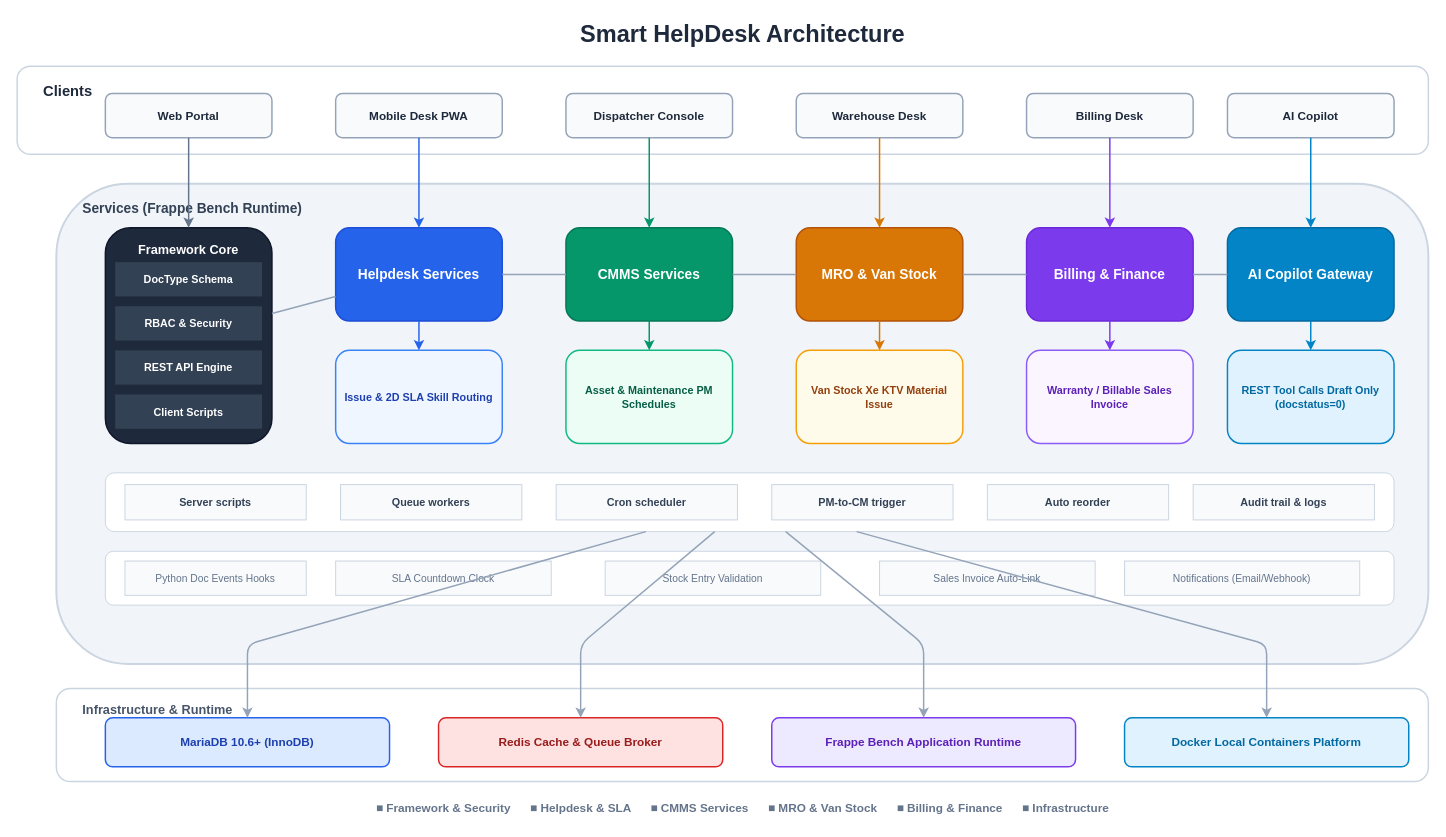
This is page "1. System Architecture" (1 of 4) of docs/SYSTEM_ARCHITECTURE_DESIGN.drawio from Baronger23/ERP.SmartHelpDesk, a draw.io file, before an edit. Source tidied: cells renumbered, new cells numbered last; positions are measured from the earlier drawing's top-left corner, leaving out a move shared by most shapes. Both pictures are drawn from the tidied source at 98%, with x=0, y=0 at pixel (17, 17).
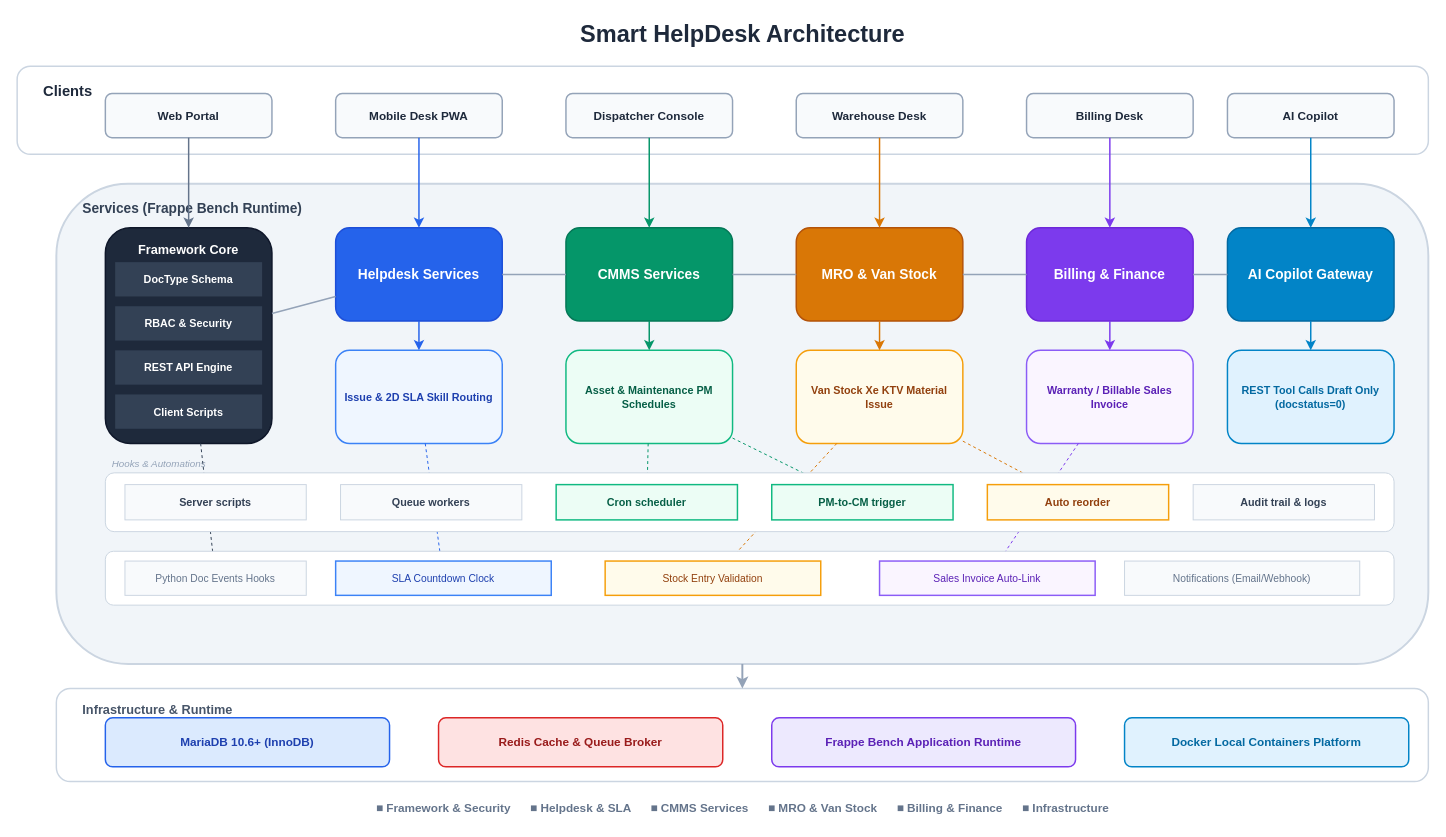
The same diagram, later.

Unchanged cells that the change refers to:
```xml
<mxCell id="10" value="Services (Frappe Bench Runtime)" style="rounded=1;whiteSpace=wrap;html=1;fillColor=#F1F5F9;strokeColor=#CBD5E1;strokeWidth=2;verticalAlign=top;align=left;spacingLeft=25;spacingTop=10;fontStyle=1;fontSize=14;fontColor=#334155;" parent="1" vertex="1">
  <mxGeometry x="40" y="170" width="1400" height="490" as="geometry" />
</mxCell>
<mxCell id="11" value="Framework Core" style="rounded=1;whiteSpace=wrap;html=1;fillColor=#1E293B;strokeColor=#0F172A;strokeWidth=1.5;fontStyle=1;fontSize=13;align=center;fontColor=#FFFFFF;verticalAlign=top;spacingTop=8;" parent="1" vertex="1">
  <mxGeometry x="90" y="215" width="170" height="220" as="geometry" />
</mxCell>
<mxCell id="17" value="Issue &amp; 2D SLA Skill Routing" style="rounded=1;whiteSpace=wrap;html=1;fillColor=#EFF6FF;strokeColor=#3B82F6;strokeWidth=1.5;fontStyle=1;fontSize=11;align=center;fontColor=#1E40AF;" parent="1" vertex="1">
  <mxGeometry x="325" y="340" width="170" height="95" as="geometry" />
</mxCell>
<mxCell id="19" value="Asset &amp; Maintenance PM Schedules" style="rounded=1;whiteSpace=wrap;html=1;fillColor=#ECFDF5;strokeColor=#10B981;strokeWidth=1.5;fontStyle=1;fontSize=11;align=center;fontColor=#065F46;" parent="1" vertex="1">
  <mxGeometry x="560" y="340" width="170" height="95" as="geometry" />
</mxCell>
<mxCell id="21" value="Van Stock Xe KTV Material Issue" style="rounded=1;whiteSpace=wrap;html=1;fillColor=#FFFBEB;strokeColor=#F59E0B;strokeWidth=1.5;fontStyle=1;fontSize=11;align=center;fontColor=#92400E;" parent="1" vertex="1">
  <mxGeometry x="795" y="340" width="170" height="95" as="geometry" />
</mxCell>
<mxCell id="23" value="Warranty / Billable Sales Invoice" style="rounded=1;whiteSpace=wrap;html=1;fillColor=#FAF5FF;strokeColor=#8B5CF6;strokeWidth=1.5;fontStyle=1;fontSize=11;align=center;fontColor=#5B21B6;" parent="1" vertex="1">
  <mxGeometry x="1030" y="340" width="170" height="95" as="geometry" />
</mxCell>
<mxCell id="42" style="rounded=1;whiteSpace=wrap;html=1;fillColor=#FFFFFF;strokeColor=#CBD5E1;strokeWidth=1;" parent="1" vertex="1">
  <mxGeometry x="90" y="465" width="1315" height="60" as="geometry" />
</mxCell>
<mxCell id="50" value="Python Doc Events Hooks" style="rounded=0;whiteSpace=wrap;html=1;fillColor=#F8FAFC;strokeColor=#CBD5E1;strokeWidth=1;fontSize=10.5;align=center;fontColor=#64748B;" parent="1" vertex="1">
  <mxGeometry x="110" y="555" width="185" height="35" as="geometry" />
</mxCell>
<mxCell id="55" value="Infrastructure &amp; Runtime" style="rounded=1;whiteSpace=wrap;html=1;fillColor=#FFFFFF;strokeColor=#CBD5E1;strokeWidth=1.5;verticalAlign=top;align=left;spacingLeft=25;spacingTop=8;fontStyle=1;fontSize=13;fontColor=#475569;" parent="1" vertex="1">
  <mxGeometry x="40" y="685" width="1400" height="95" as="geometry" />
</mxCell>
<mxCell id="56" value="MariaDB 10.6+ (InnoDB)" style="rounded=1;whiteSpace=wrap;html=1;fillColor=#DBEAFE;strokeColor=#2563EB;strokeWidth=1.5;fontStyle=1;fontSize=12;align=center;fontColor=#1E40AF;" parent="1" vertex="1">
  <mxGeometry x="90" y="715" width="290" height="50" as="geometry" />
</mxCell>
<mxCell id="57" value="Redis Cache &amp; Queue Broker" style="rounded=1;whiteSpace=wrap;html=1;fillColor=#FEE2E2;strokeColor=#DC2626;strokeWidth=1.5;fontStyle=1;fontSize=12;align=center;fontColor=#991B1B;" parent="1" vertex="1">
  <mxGeometry x="430" y="715" width="290" height="50" as="geometry" />
</mxCell>
<mxCell id="58" value="Frappe Bench Application Runtime" style="rounded=1;whiteSpace=wrap;html=1;fillColor=#EDE9FE;strokeColor=#7C3AED;strokeWidth=1.5;fontStyle=1;fontSize=12;align=center;fontColor=#5B21B6;" parent="1" vertex="1">
  <mxGeometry x="770" y="715" width="310" height="50" as="geometry" />
</mxCell>
<mxCell id="59" value="Docker Local Containers Platform" style="rounded=1;whiteSpace=wrap;html=1;fillColor=#E0F2FE;strokeColor=#0284C7;strokeWidth=1.5;fontStyle=1;fontSize=12;align=center;fontColor=#0369A1;" parent="1" vertex="1">
  <mxGeometry x="1130" y="715" width="290" height="50" as="geometry" />
</mxCell>
```

What changed in the source:
```diff
@@
+    <mxCell id="65" value="Hooks &amp; Automations" style="text;html=1;fontSize=10;fontStyle=2;align=left;verticalAlign=middle;fontColor=#94A3B8;" parent="1" vertex="1">
+      <mxGeometry x="95" y="447" width="200" height="18" as="geometry" />
+    </mxCell>
+    <mxCell id="66" style="endArrow=classic;dashed=1;html=1;strokeColor=#334155;strokeWidth=1;" parent="1" edge="1" source="11" target="50">
+      <mxGeometry relative="1" as="geometry" />
+    </mxCell>
+    <mxCell id="67" style="endArrow=classic;dashed=1;html=1;strokeColor=#2563EB;strokeWidth=1;" parent="1" edge="1" source="17" target="51">
+      <mxGeometry relative="1" as="geometry" />
+    </mxCell>
+    <mxCell id="68" style="endArrow=classic;dashed=1;html=1;strokeColor=#059669;strokeWidth=1;" parent="1" edge="1" source="19" target="45">
+      <mxGeometry relative="1" as="geometry" />
+    </mxCell>
+    <mxCell id="69" style="endArrow=classic;dashed=1;html=1;strokeColor=#059669;strokeWidth=1;" parent="1" edge="1" source="19" target="46">
+      <mxGeometry relative="1" as="geometry" />
+    </mxCell>
+    <mxCell id="70" style="endArrow=classic;dashed=1;html=1;strokeColor=#D97706;strokeWidth=1;" parent="1" edge="1" source="21" target="52">
+      <mxGeometry relative="1" as="geometry" />
+    </mxCell>
+    <mxCell id="71" style="endArrow=classic;dashed=1;html=1;strokeColor=#D97706;strokeWidth=1;" parent="1" edge="1" source="21" target="47">
+      <mxGeometry relative="1" as="geometry" />
+    </mxCell>
+    <mxCell id="72" style="endArrow=classic;dashed=1;html=1;strokeColor=#7C3AED;strokeWidth=1;" parent="1" edge="1" source="23" target="53">
+      <mxGeometry relative="1" as="geometry" />
+    </mxCell>
@@
-    <mxCell id="45" value="Cron scheduler" style="rounded=0;whiteSpace=wrap;html=1;fillColor=#F8FAFC;strokeColor=#CBD5E1;strokeWidth=1;fontSize=11;fontStyle=1;align=center;fontColor=#334155;" parent="1" vertex="1">
+    <mxCell id="45" value="Cron scheduler" style="rounded=0;whiteSpace=wrap;html=1;fillColor=#ECFDF5;strokeColor=#10B981;strokeWidth=1.5;fontSize=11;fontStyle=1;align=center;fontColor=#065F46;" parent="1" vertex="1">
       <mxGeometry x="550" y="477" width="185" height="36" as="geometry" />
     </mxCell>
-    <mxCell id="46" value="PM-to-CM trigger" style="rounded=0;whiteSpace=wrap;html=1;fillColor=#F8FAFC;strokeColor=#CBD5E1;strokeWidth=1;fontSize=11;fontStyle=1;align=center;fontColor=#334155;" parent="1" vertex="1">
+    <mxCell id="46" value="PM-to-CM trigger" style="rounded=0;whiteSpace=wrap;html=1;fillColor=#ECFDF5;strokeColor=#10B981;strokeWidth=1.5;fontSize=11;fontStyle=1;align=center;fontColor=#065F46;" parent="1" vertex="1">
       <mxGeometry x="770" y="477" width="185" height="36" as="geometry" />
     </mxCell>
-    <mxCell id="47" value="Auto reorder" style="rounded=0;whiteSpace=wrap;html=1;fillColor=#F8FAFC;strokeColor=#CBD5E1;strokeWidth=1;fontSize=11;fontStyle=1;align=center;fontColor=#334155;" parent="1" vertex="1">
+    <mxCell id="47" value="Auto reorder" style="rounded=0;whiteSpace=wrap;html=1;fillColor=#FFFBEB;strokeColor=#F59E0B;strokeWidth=1.5;fontSize=11;fontStyle=1;align=center;fontColor=#92400E;" parent="1" vertex="1">
       <mxGeometry x="990" y="477" width="185" height="36" as="geometry" />
     </mxCell>
@@
-    <mxCell id="51" value="SLA Countdown Clock" style="rounded=0;whiteSpace=wrap;html=1;fillColor=#F8FAFC;strokeColor=#CBD5E1;strokeWidth=1;fontSize=10.5;align=center;fontColor=#64748B;" parent="1" vertex="1">
+    <mxCell id="51" value="SLA Countdown Clock" style="rounded=0;whiteSpace=wrap;html=1;fillColor=#EFF6FF;strokeColor=#3B82F6;strokeWidth=1.5;fontSize=10.5;align=center;fontColor=#1E40AF;" parent="1" vertex="1">
       <mxGeometry x="325" y="555" width="220" height="35" as="geometry" />
     </mxCell>
-    <mxCell id="52" value="Stock Entry Validation" style="rounded=0;whiteSpace=wrap;html=1;fillColor=#F8FAFC;strokeColor=#CBD5E1;strokeWidth=1;fontSize=10.5;align=center;fontColor=#64748B;" parent="1" vertex="1">
+    <mxCell id="52" value="Stock Entry Validation" style="rounded=0;whiteSpace=wrap;html=1;fillColor=#FFFBEB;strokeColor=#F59E0B;strokeWidth=1.5;fontSize=10.5;align=center;fontColor=#92400E;" parent="1" vertex="1">
       <mxGeometry x="600" y="555" width="220" height="35" as="geometry" />
     </mxCell>
-    <mxCell id="53" value="Sales Invoice Auto-Link" style="rounded=0;whiteSpace=wrap;html=1;fillColor=#F8FAFC;strokeColor=#CBD5E1;strokeWidth=1;fontSize=10.5;align=center;fontColor=#64748B;" parent="1" vertex="1">
+    <mxCell id="53" value="Sales Invoice Auto-Link" style="rounded=0;whiteSpace=wrap;html=1;fillColor=#FAF5FF;strokeColor=#8B5CF6;strokeWidth=1.5;fontSize=10.5;align=center;fontColor=#5B21B6;" parent="1" vertex="1">
       <mxGeometry x="880" y="555" width="220" height="35" as="geometry" />
     </mxCell>
@@
-    <mxCell id="60" style="endArrow=classic;html=1;strokeColor=#94A3B8;strokeWidth=1.5;" parent="1" edge="1" source="42" target="56">
-      <mxGeometry relative="1" as="geometry">
-        <Array as="points">
-          <mxPoint x="235" y="640" />
-          <mxPoint x="235" y="715" />
-        </Array>
-      </mxGeometry>
-    </mxCell>
-    <mxCell id="61" style="endArrow=classic;html=1;strokeColor=#94A3B8;strokeWidth=1.5;" parent="1" edge="1" source="42" target="57">
-      <mxGeometry relative="1" as="geometry">
-        <Array as="points">
-          <mxPoint x="575" y="640" />
-          <mxPoint x="575" y="715" />
-        </Array>
-      </mxGeometry>
-    </mxCell>
-    <mxCell id="62" style="endArrow=classic;html=1;strokeColor=#94A3B8;strokeWidth=1.5;" parent="1" edge="1" source="42" target="58">
-      <mxGeometry relative="1" as="geometry">
-        <Array as="points">
-          <mxPoint x="925" y="640" />
-          <mxPoint x="925" y="715" />
-        </Array>
-      </mxGeometry>
-    </mxCell>
-    <mxCell id="63" style="endArrow=classic;html=1;strokeColor=#94A3B8;strokeWidth=1.5;" parent="1" edge="1" source="42" target="59">
-      <mxGeometry relative="1" as="geometry">
-        <Array as="points">
-          <mxPoint x="1275" y="640" />
-          <mxPoint x="1275" y="715" />
-        </Array>
-      </mxGeometry>
-    </mxCell>
+    <mxCell id="73" style="endArrow=classic;html=1;strokeColor=#94A3B8;strokeWidth=2;" parent="1" edge="1" source="10" target="55">
+      <mxGeometry relative="1" as="geometry" />
+    </mxCell>
```
